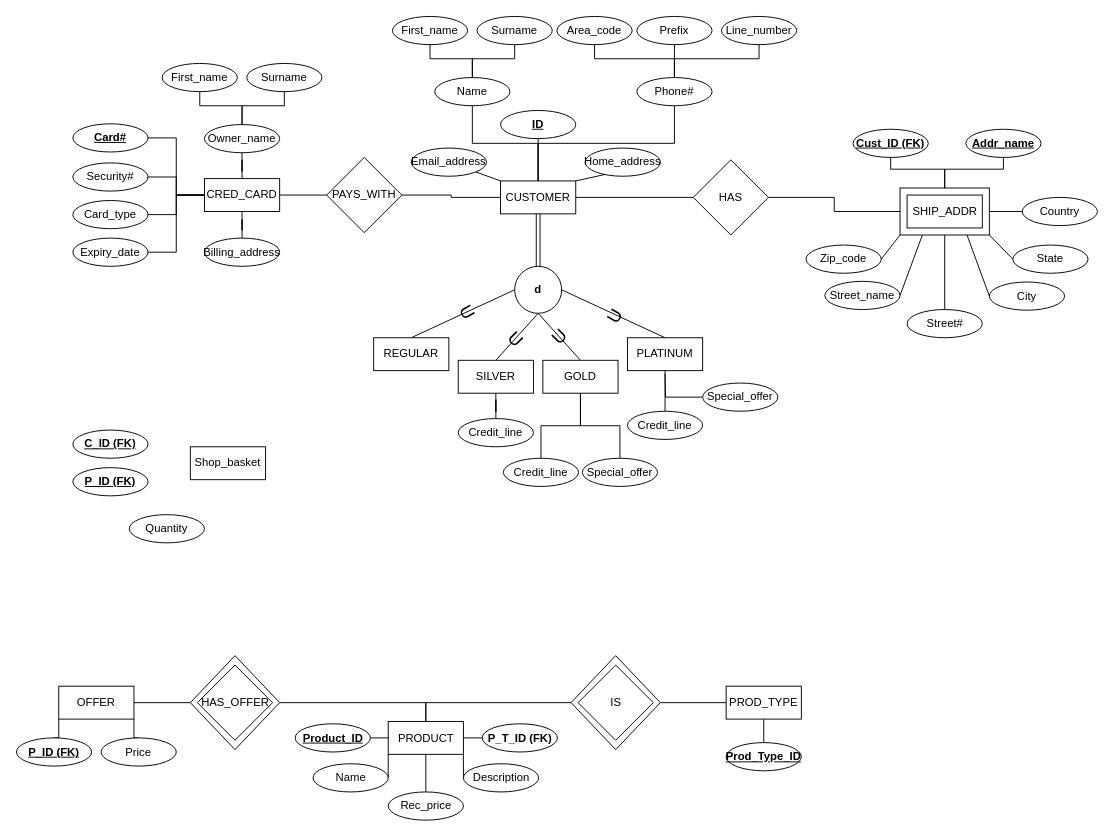
Earlier version of the draw.io diagram Project-Deliverable-1.drawio (RyBres/Database-Project). Source tidied: cells renumbered, new cells numbered last; positions are measured from the earlier drawing's top-left corner, leaving out a move shared by most shapes. Both pictures are drawn from the tidied source at 94%, with x=0, y=0 at pixel (16, 16).
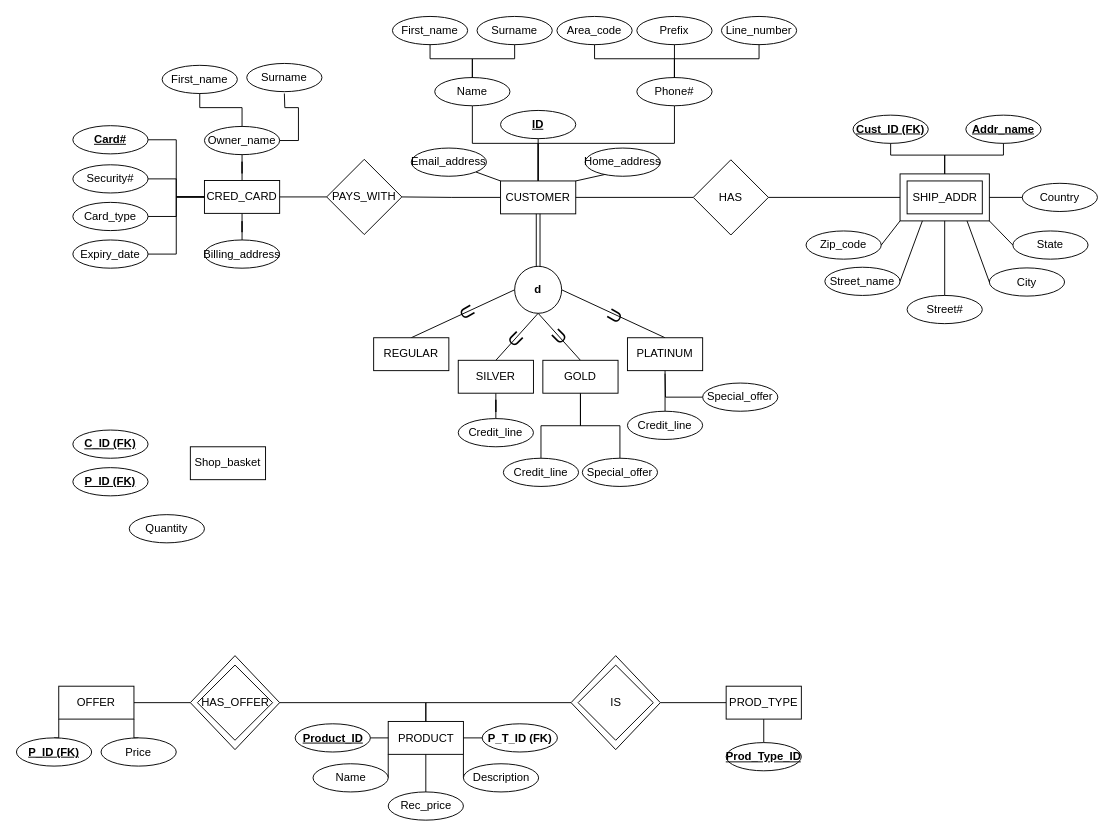
After the change.

The change refers to these unchanged cells:
```xml
<mxCell id="8" style="group;" parent="1" vertex="1">
  <mxGeometry x="155" y="50" width="170" height="100" as="geometry" />
</mxCell>
<mxCell id="10" value="Surname" style="ellipse;whiteSpace=wrap;html=1;" parent="8" vertex="1">
  <mxGeometry x="90" width="80" height="30" as="geometry" />
</mxCell>
<mxCell id="12" value="Owner_name" style="ellipse;whiteSpace=wrap;html=1;perimeterSpacing=0;" parent="11" vertex="1">
  <mxGeometry x="5" y="5" width="80" height="30" as="geometry" />
</mxCell>
<mxCell id="40" style="group;" parent="1" vertex="1">
  <mxGeometry x="370" width="460" height="232.5" as="geometry" />
</mxCell>
```

What changed in the source:
```diff
@@
     <mxCell id="2" style="group;" parent="1" vertex="1">
-      <mxGeometry x="940" y="182.5" width="95" height="50" as="geometry" />
+      <mxGeometry x="940" y="167.5" width="95" height="50" as="geometry" />
     </mxCell>
@@
     <mxCell id="7" value="CRED_CARD" style="rounded=0;whiteSpace=wrap;html=1;" parent="1" vertex="1">
-      <mxGeometry x="200" y="172.5" width="80" height="35" as="geometry" />
+      <mxGeometry x="200" y="174.5" width="80" height="35" as="geometry" />
     </mxCell>
@@
     <mxCell id="9" value="First_name" style="ellipse;whiteSpace=wrap;html=1;" parent="8" vertex="1">
-      <mxGeometry width="80" height="30" as="geometry" />
+      <mxGeometry y="2" width="80" height="30" as="geometry" />
     </mxCell>
@@
     <mxCell id="11" style="group;" parent="8" vertex="1">
-      <mxGeometry x="40" y="60" width="90" height="40" as="geometry" />
+      <mxGeometry x="40" y="62" width="90" height="40" as="geometry" />
     </mxCell>
@@
-    <mxCell id="13" style="edgeStyle=orthogonalEdgeStyle;rounded=0;jettySize=auto;html=1;endArrow=none;startFill=0;" parent="8" edge="1" source="12" target="10">
-      <mxGeometry relative="1" as="geometry" />
+    <mxCell id="13" style="edgeStyle=orthogonalEdgeStyle;rounded=0;jettySize=auto;html=1;endArrow=none;startFill=0;" parent="8" edge="1" source="12">
+      <mxGeometry relative="1" as="geometry">
+        <mxPoint x="130" y="32" as="targetPoint" />
+      </mxGeometry>
     </mxCell>
@@
     <mxCell id="15" value="Security#" style="ellipse;whiteSpace=wrap;html=1;" parent="1" vertex="1">
-      <mxGeometry x="60" y="155.8" width="80" height="30" as="geometry" />
+      <mxGeometry x="60" y="157.8" width="80" height="30" as="geometry" />
     </mxCell>
     <mxCell id="16" value="&lt;u&gt;&lt;b&gt;Card#&lt;/b&gt;&lt;/u&gt;" style="ellipse;whiteSpace=wrap;html=1;" parent="1" vertex="1">
-      <mxGeometry x="60" y="114.2" width="80" height="30" as="geometry" />
+      <mxGeometry x="60" y="116.2" width="80" height="30" as="geometry" />
     </mxCell>
     <mxCell id="17" value="Card_type" style="ellipse;whiteSpace=wrap;html=1;" parent="1" vertex="1">
-      <mxGeometry x="60" y="195.8" width="80" height="30" as="geometry" />
+      <mxGeometry x="60" y="197.8" width="80" height="30" as="geometry" />
     </mxCell>
     <mxCell id="18" value="Expiry_date" style="ellipse;whiteSpace=wrap;html=1;" parent="1" vertex="1">
-      <mxGeometry x="60" y="235.8" width="80" height="30" as="geometry" />
+      <mxGeometry x="60" y="237.8" width="80" height="30" as="geometry" />
     </mxCell>
@@
     <mxCell id="23" value="Billing_address" style="ellipse;whiteSpace=wrap;html=1;" parent="1" vertex="1">
-      <mxGeometry x="200" y="235.8" width="80" height="30" as="geometry" />
+      <mxGeometry x="200" y="237.8" width="80" height="30" as="geometry" />
     </mxCell>
     <mxCell id="24" value="Zip_code" style="ellipse;whiteSpace=wrap;html=1;" parent="1" vertex="1">
-      <mxGeometry x="840" y="243.2" width="80" height="30" as="geometry" />
+      <mxGeometry x="840" y="228.2" width="80" height="30" as="geometry" />
     </mxCell>
     <mxCell id="25" value="Street_name" style="ellipse;whiteSpace=wrap;html=1;" parent="1" vertex="1">
-      <mxGeometry x="860" y="281.8" width="80" height="30" as="geometry" />
+      <mxGeometry x="860" y="266.8" width="80" height="30" as="geometry" />
     </mxCell>
     <mxCell id="26" value="Street#" style="ellipse;whiteSpace=wrap;html=1;" parent="1" vertex="1">
-      <mxGeometry x="947.5" y="311.8" width="80" height="30" as="geometry" />
+      <mxGeometry x="947.5" y="296.8" width="80" height="30" as="geometry" />
     </mxCell>
     <mxCell id="27" value="City" style="ellipse;whiteSpace=wrap;html=1;" parent="1" vertex="1">
-      <mxGeometry x="1035" y="282.5" width="80" height="30" as="geometry" />
+      <mxGeometry x="1035" y="267.5" width="80" height="30" as="geometry" />
     </mxCell>
     <mxCell id="28" value="State" style="ellipse;whiteSpace=wrap;html=1;" parent="1" vertex="1">
-      <mxGeometry x="1060" y="243.2" width="80" height="30" as="geometry" />
+      <mxGeometry x="1060" y="228.2" width="80" height="30" as="geometry" />
     </mxCell>
     <mxCell id="29" value="Country" style="ellipse;whiteSpace=wrap;html=1;" parent="1" vertex="1">
-      <mxGeometry x="1070" y="192.5" width="80" height="30" as="geometry" />
+      <mxGeometry x="1070" y="177.5" width="80" height="30" as="geometry" />
     </mxCell>
@@
     <mxCell id="36" value="&lt;b&gt;&lt;u&gt;Addr_name&lt;/u&gt;&lt;/b&gt;" style="ellipse;whiteSpace=wrap;html=1;" parent="1" vertex="1">
-      <mxGeometry x="1010" y="120" width="80" height="30" as="geometry" />
+      <mxGeometry x="1010" y="105" width="80" height="30" as="geometry" />
     </mxCell>
     <mxCell id="37" value="&lt;b&gt;&lt;u&gt;Cust_ID (FK)&lt;/u&gt;&lt;/b&gt;" style="ellipse;whiteSpace=wrap;html=1;" parent="1" vertex="1">
-      <mxGeometry x="890" y="120" width="80" height="30" as="geometry" />
+      <mxGeometry x="890" y="105" width="80" height="30" as="geometry" />
     </mxCell>
@@
     <mxCell id="69" value="PAYS_WITH" style="rhombus;whiteSpace=wrap;html=1;" parent="40" vertex="1">
-      <mxGeometry x="-40" y="150" width="80" height="80" as="geometry" />
+      <mxGeometry x="-40" y="152" width="80" height="80" as="geometry" />
     </mxCell>
```
